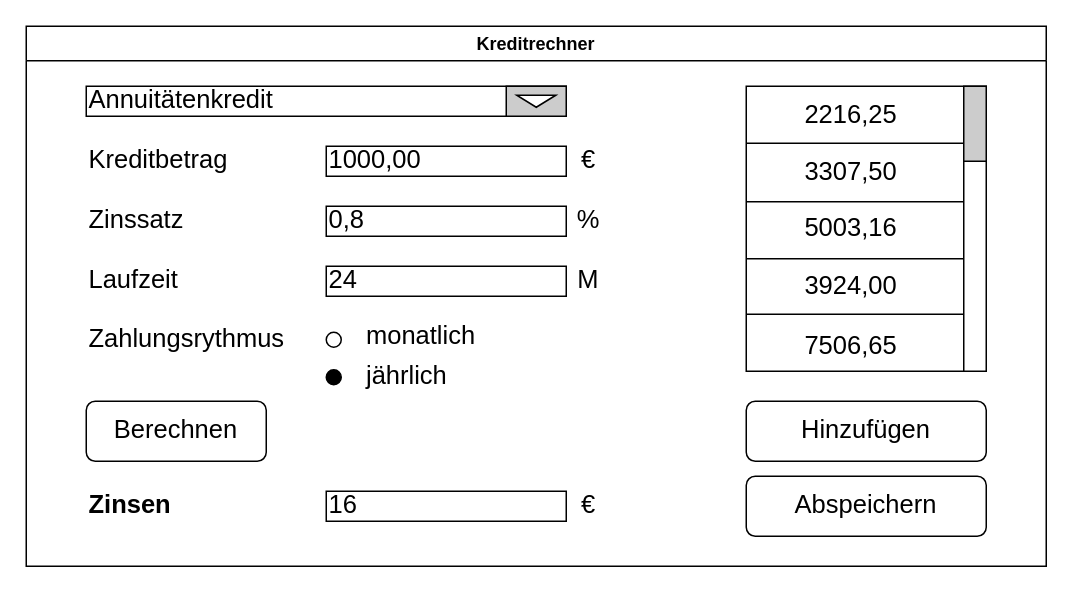
The draw.io diagram modelling/MockUp.drawio in maxlautenbach/se-portfolio-gruppe4, before the edit. Source tidied: cells renumbered, new cells numbered last; positions are measured from the earlier drawing's top-left corner, leaving out a move shared by most shapes. Both pictures are drawn from the tidied source at 150%, with x=0, y=0 at pixel (26, 26).
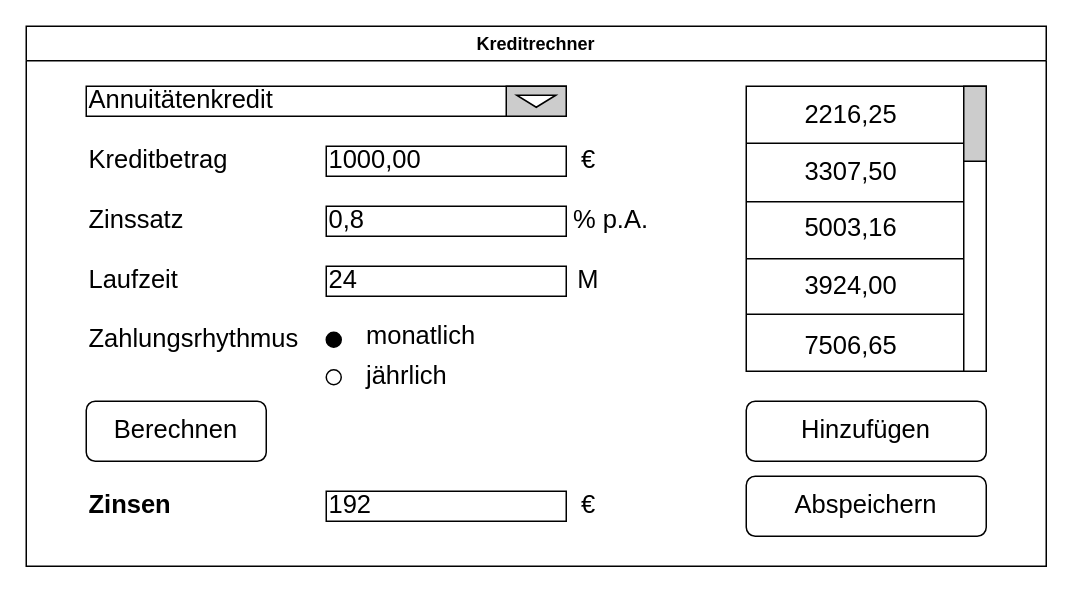
After the change.

The change refers to these unchanged cells:
```xml
<mxCell id="2" value="Kreditrechner" style="swimlane;" parent="1" vertex="1">
  <mxGeometry width="680" height="360" as="geometry" />
</mxCell>
```

Change to the diagram source:
```diff
@@
     <mxCell id="7" style="ellipse;whiteSpace=wrap;html=1;fontSize=17;align=left;" parent="2" vertex="1">
-      <mxGeometry x="200" y="204" width="10" height="10" as="geometry" />
+      <mxGeometry x="200" y="229" width="10" height="10" as="geometry" />
     </mxCell>
@@
     <mxCell id="10" style="ellipse;whiteSpace=wrap;html=1;fontSize=17;align=left;labelBackgroundColor=none;labelBorderColor=none;fillColor=#000000;" parent="2" vertex="1">
-      <mxGeometry x="200" y="229" width="10" height="10" as="geometry" />
+      <mxGeometry x="200" y="204" width="10" height="10" as="geometry" />
     </mxCell>
@@
-    <mxCell id="15" value="16" style="rounded=0;whiteSpace=wrap;html=1;labelBackgroundColor=none;fontSize=17;fillColor=#FFFFFF;align=left;" parent="2" vertex="1">
+    <mxCell id="15" value="192" style="rounded=0;whiteSpace=wrap;html=1;labelBackgroundColor=none;fontSize=17;fillColor=#FFFFFF;align=left;" parent="2" vertex="1">
       <mxGeometry x="200" y="310" width="160" height="20" as="geometry" />
     </mxCell>
@@
-    <mxCell id="18" value="%" style="text;html=1;strokeColor=none;fillColor=none;align=center;verticalAlign=middle;whiteSpace=wrap;rounded=0;labelBackgroundColor=none;fontSize=17;" parent="2" vertex="1">
-      <mxGeometry x="360" y="120" width="30" height="20" as="geometry" />
+    <mxCell id="18" value="% p.A." style="text;html=1;strokeColor=none;fillColor=none;align=center;verticalAlign=middle;whiteSpace=wrap;rounded=0;labelBackgroundColor=none;fontSize=17;" parent="2" vertex="1">
+      <mxGeometry x="360" y="120" width="60" height="20" as="geometry" />
     </mxCell>
@@
-    <mxCell id="52" value="Zahlungsrythmus" style="text;html=1;strokeColor=none;fillColor=none;align=left;verticalAlign=middle;whiteSpace=wrap;rounded=0;labelBackgroundColor=none;fontSize=17;" parent="2" vertex="1">
+    <mxCell id="52" value="Zahlungsrhythmus" style="text;html=1;strokeColor=none;fillColor=none;align=left;verticalAlign=middle;whiteSpace=wrap;rounded=0;labelBackgroundColor=none;fontSize=17;" parent="2" vertex="1">
       <mxGeometry x="40" y="199" width="150" height="20" as="geometry" />
     </mxCell>
```
